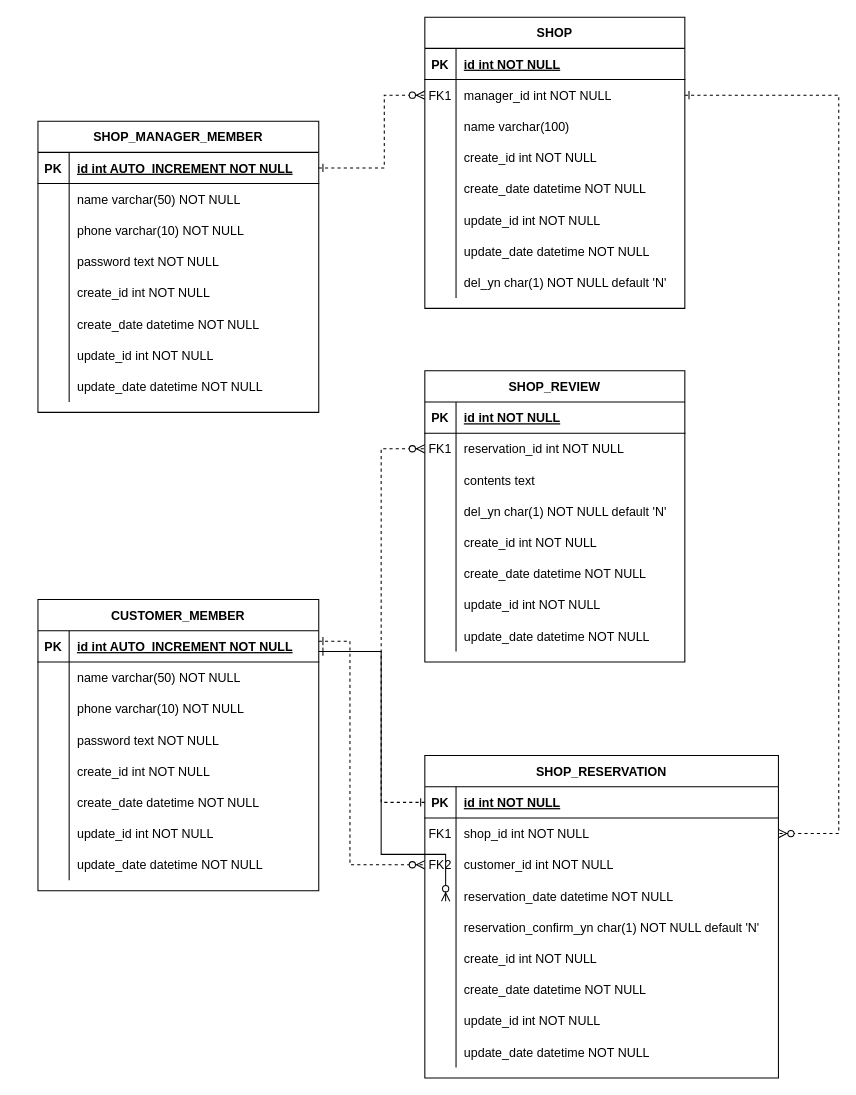
Before: docs/erd/reservation-service-erd.drawio in geun02k/reservation, a draw.io diagram. Source tidied: cells renumbered, new cells numbered last; positions are measured from the earlier drawing's top-left corner, leaving out a move shared by most shapes. Both pictures are drawn from the tidied source at 104%, with x=0, y=0 at pixel (37, 17).
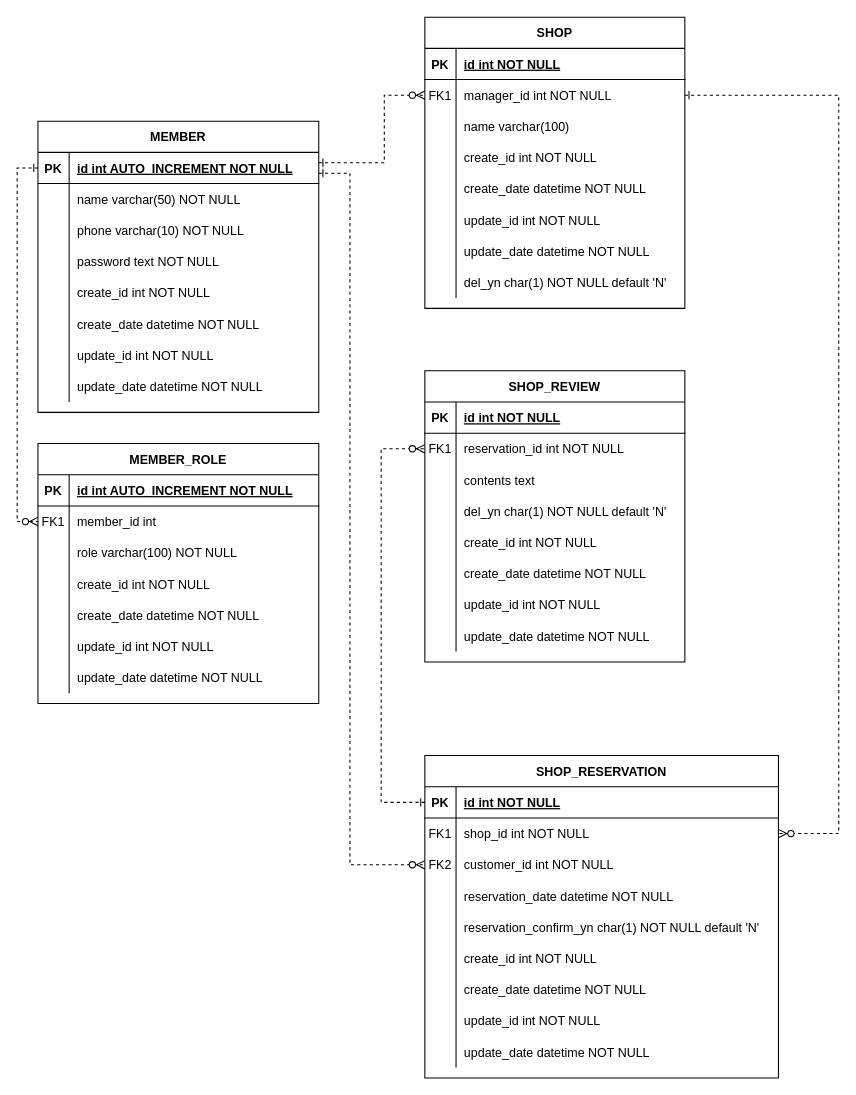
Above is the later version.

Commit message (it also covers changes not shown here):
docs : [002-SIGN-UP-ALL] 회원 테이블 통합에 따른 ERD 수정

The change refers to these unchanged cells:
```xml
<mxCell id="6" style="shape=partialRectangle;fillColor=none;points=[[0,0.5],[1,0.5]];portConstraint=eastwest;top=0;left=0;right=0;bottom=0;" parent="2" vertex="1">
  <mxGeometry y="60" width="250" height="30" as="geometry" />
</mxCell>
<mxCell id="34" style="shape=partialRectangle;fillColor=none;points=[[0,0.5],[1,0.5]];portConstraint=eastwest;top=0;left=0;right=0;bottom=0;" parent="27" vertex="1">
  <mxGeometry y="90" width="340" height="30" as="geometry" />
</mxCell>
<mxCell id="56" style="shape=partialRectangle;fillColor=none;points=[[0,0.5],[1,0.5]];portConstraint=eastwest;top=0;left=0;right=0;bottom=1;" parent="55" vertex="1">
  <mxGeometry y="30" width="270" height="30" as="geometry" />
</mxCell>
```

The edit, as a diff of the source:
```diff
@@
-    <mxCell id="55" value="SHOP_MANAGER_MEMBER" style="shape=table;startSize=30;childLayout=tableLayout;rowLines=0;fontStyle=1;align=center;" parent="1" vertex="1">
+    <mxCell id="55" value="MEMBER" style="shape=table;startSize=30;childLayout=tableLayout;rowLines=0;fontStyle=1;align=center;" parent="1" vertex="1">
       <mxGeometry y="100" width="270" height="280" as="geometry" />
     </mxCell>
@@
-    <mxCell id="80" value="CUSTOMER_MEMBER" style="shape=table;startSize=30;childLayout=tableLayout;rowLines=0;fontStyle=1;align=center;" parent="1" vertex="1">
-      <mxGeometry y="560" width="270" height="280" as="geometry" />
-    </mxCell>
-    <mxCell id="81" style="shape=partialRectangle;fillColor=none;top=0;left=0;right=0;bottom=1;" parent="80" vertex="1">
-      <mxGeometry y="30" width="270" height="30" as="geometry" />
-    </mxCell>
-    <mxCell id="82" value="PK" style="shape=partialRectangle;overflow=hidden;fillColor=none;top=0;left=0;bottom=0;right=0;fontStyle=1;" parent="81" vertex="1">
-      <mxGeometry width="30" height="30" as="geometry" />
-    </mxCell>
-    <mxCell id="83" value="id int AUTO_INCREMENT NOT NULL " style="shape=partialRectangle;overflow=hidden;fillColor=none;top=0;left=0;bottom=0;right=0;align=left;spacingLeft=6;fontStyle=5;" parent="81" vertex="1">
-      <mxGeometry x="30" width="240" height="30" as="geometry" />
-    </mxCell>
-    <mxCell id="84" style="shape=partialRectangle;fillColor=none;points=[[0,0.5],[1,0.5]];portConstraint=eastwest;top=0;left=0;right=0;bottom=0;" parent="80" vertex="1">
-      <mxGeometry y="60" width="270" height="30" as="geometry" />
-    </mxCell>
-    <mxCell id="85" style="shape=partialRectangle;overflow=hidden;fillColor=none;top=0;left=0;bottom=0;right=0;" parent="84" vertex="1">
-      <mxGeometry width="30" height="30" as="geometry" />
-    </mxCell>
-    <mxCell id="86" value="name varchar(50) NOT NULL" style="shape=partialRectangle;overflow=hidden;fillColor=none;top=0;left=0;bottom=0;right=0;align=left;spacingLeft=6;" parent="84" vertex="1">
-      <mxGeometry x="30" width="240" height="30" as="geometry" />
-    </mxCell>
-    <mxCell id="87" style="shape=partialRectangle;fillColor=none;top=0;left=0;right=0;bottom=0;" parent="80" vertex="1">
-      <mxGeometry y="90" width="270" height="30" as="geometry" />
-    </mxCell>
-    <mxCell id="88" style="shape=partialRectangle;overflow=hidden;fillColor=none;top=0;left=0;bottom=0;right=0;" parent="87" vertex="1">
-      <mxGeometry width="30" height="30" as="geometry" />
-    </mxCell>
-    <mxCell id="89" value="phone varchar(10) NOT NULL" style="shape=partialRectangle;overflow=hidden;fillColor=none;top=0;left=0;bottom=0;right=0;align=left;spacingLeft=6;" parent="87" vertex="1">
-      <mxGeometry x="30" width="240" height="30" as="geometry" />
-    </mxCell>
-    <mxCell id="90" style="shape=partialRectangle;fillColor=none;top=0;left=0;right=0;bottom=0;" parent="80" vertex="1">
-      <mxGeometry y="120" width="270" height="30" as="geometry" />
-    </mxCell>
-    <mxCell id="91" style="shape=partialRectangle;overflow=hidden;fillColor=none;top=0;left=0;bottom=0;right=0;" parent="90" vertex="1">
-      <mxGeometry width="30" height="30" as="geometry" />
-    </mxCell>
-    <mxCell id="92" value="password text NOT NULL" style="shape=partialRectangle;overflow=hidden;fillColor=none;top=0;left=0;bottom=0;right=0;align=left;spacingLeft=6;" parent="90" vertex="1">
-      <mxGeometry x="30" width="240" height="30" as="geometry" />
-    </mxCell>
-    <mxCell id="93" style="shape=partialRectangle;fillColor=none;top=0;left=0;right=0;bottom=0;" parent="80" vertex="1">
-      <mxGeometry y="150" width="270" height="30" as="geometry" />
-    </mxCell>
-    <mxCell id="94" style="shape=partialRectangle;overflow=hidden;fillColor=none;top=0;left=0;bottom=0;right=0;" parent="93" vertex="1">
-      <mxGeometry width="30" height="30" as="geometry" />
-    </mxCell>
-    <mxCell id="95" value="create_id int NOT NULL" style="shape=partialRectangle;overflow=hidden;fillColor=none;top=0;left=0;bottom=0;right=0;align=left;spacingLeft=6;" parent="93" vertex="1">
-      <mxGeometry x="30" width="240" height="30" as="geometry" />
-    </mxCell>
-    <mxCell id="96" style="shape=partialRectangle;fillColor=none;top=0;left=0;right=0;bottom=0;" parent="80" vertex="1">
-      <mxGeometry y="180" width="270" height="30" as="geometry" />
-    </mxCell>
-    <mxCell id="97" style="shape=partialRectangle;overflow=hidden;fillColor=none;top=0;left=0;bottom=0;right=0;" parent="96" vertex="1">
-      <mxGeometry width="30" height="30" as="geometry" />
-    </mxCell>
-    <mxCell id="98" value="create_date datetime NOT NULL" style="shape=partialRectangle;overflow=hidden;fillColor=none;top=0;left=0;bottom=0;right=0;align=left;spacingLeft=6;" parent="96" vertex="1">
-      <mxGeometry x="30" width="240" height="30" as="geometry" />
-    </mxCell>
-    <mxCell id="99" style="shape=partialRectangle;fillColor=none;top=0;left=0;right=0;bottom=0;" parent="80" vertex="1">
-      <mxGeometry y="210" width="270" height="30" as="geometry" />
-    </mxCell>
-    <mxCell id="100" style="shape=partialRectangle;overflow=hidden;fillColor=none;top=0;left=0;bottom=0;right=0;" parent="99" vertex="1">
-      <mxGeometry width="30" height="30" as="geometry" />
-    </mxCell>
-    <mxCell id="101" value="update_id int NOT NULL" style="shape=partialRectangle;overflow=hidden;fillColor=none;top=0;left=0;bottom=0;right=0;align=left;spacingLeft=6;" parent="99" vertex="1">
-      <mxGeometry x="30" width="240" height="30" as="geometry" />
-    </mxCell>
-    <mxCell id="102" style="shape=partialRectangle;fillColor=none;top=0;left=0;right=0;bottom=0;" parent="80" vertex="1">
-      <mxGeometry y="240" width="270" height="30" as="geometry" />
-    </mxCell>
-    <mxCell id="103" style="shape=partialRectangle;overflow=hidden;fillColor=none;top=0;left=0;bottom=0;right=0;" parent="102" vertex="1">
-      <mxGeometry width="30" height="30" as="geometry" />
-    </mxCell>
-    <mxCell id="104" value="update_date datetime NOT NULL" style="shape=partialRectangle;overflow=hidden;fillColor=none;top=0;left=0;bottom=0;right=0;align=left;spacingLeft=6;" parent="102" vertex="1">
-      <mxGeometry x="30" width="240" height="30" as="geometry" />
-    </mxCell>
-    <mxCell id="105" style="edgeStyle=orthogonalEdgeStyle;endArrow=ERzeroToMany;startArrow=ERone;endFill=1;startFill=0;rounded=0;exitX=1;exitY=0.5;exitDx=0;exitDy=0;entryX=0;entryY=0.5;entryDx=0;entryDy=0;" parent="1" edge="1">
-      <mxGeometry relative="1" as="geometry">
-        <mxPoint x="270" y="610" as="sourcePoint" />
-        <mxPoint x="392" y="850" as="targetPoint" />
-        <Array as="points">
-          <mxPoint x="330" y="610" />
-          <mxPoint x="330" y="805" />
-        </Array>
-      </mxGeometry>
-    </mxCell>
@@
-    <mxCell id="131" style="edgeStyle=orthogonalEdgeStyle;endArrow=ERzeroToMany;startArrow=ERone;endFill=1;startFill=0;rounded=0;exitX=1;exitY=0.5;exitDx=0;exitDy=0;entryX=0;entryY=0.5;entryDx=0;entryDy=0;dashed=1;" parent="1" edge="1" source="56" target="6">
+    <mxCell id="131" style="edgeStyle=orthogonalEdgeStyle;endArrow=ERzeroToMany;startArrow=ERone;endFill=1;startFill=0;rounded=0;entryX=0;entryY=0.5;entryDx=0;entryDy=0;dashed=1;" parent="1" edge="1" target="6">
       <mxGeometry relative="1" as="geometry">
+        <mxPoint x="270" y="140" as="sourcePoint" />
         <Array as="points">
-          <mxPoint x="333" y="145" />
+          <mxPoint x="270" y="140" />
+          <mxPoint x="333" y="140" />
           <mxPoint x="333" y="75" />
         </Array>
       </mxGeometry>
     </mxCell>
@@
-    <mxCell id="133" style="edgeStyle=orthogonalEdgeStyle;endArrow=ERzeroToMany;startArrow=ERone;endFill=1;startFill=0;rounded=0;exitX=1;exitY=0.5;exitDx=0;exitDy=0;entryX=0;entryY=0.5;entryDx=0;entryDy=0;dashed=1;" parent="1" edge="1" target="34">
+    <mxCell id="133" style="edgeStyle=orthogonalEdgeStyle;endArrow=ERzeroToMany;startArrow=ERone;endFill=1;startFill=0;rounded=0;entryX=0;entryY=0.5;entryDx=0;entryDy=0;dashed=1;" parent="1" edge="1" target="34">
       <mxGeometry relative="1" as="geometry">
-        <mxPoint x="270" y="600" as="sourcePoint" />
+        <mxPoint x="270" y="150" as="sourcePoint" />
         <Array as="points">
-          <mxPoint x="300" y="600" />
+          <mxPoint x="270" y="150" />
+          <mxPoint x="300" y="150" />
           <mxPoint x="300" y="815" />
         </Array>
       </mxGeometry>
     </mxCell>
@@
+    <mxCell id="135" value="MEMBER_ROLE" style="shape=table;startSize=30;childLayout=tableLayout;rowLines=0;fontStyle=1;align=center;" parent="1" vertex="1">
+      <mxGeometry y="410" width="270" height="250" as="geometry" />
+    </mxCell>
+    <mxCell id="81" style="shape=partialRectangle;fillColor=none;top=0;left=0;right=0;bottom=1;" parent="135" vertex="1">
+      <mxGeometry y="30" width="270" height="30" as="geometry" />
+    </mxCell>
+    <mxCell id="82" value="PK" style="shape=partialRectangle;overflow=hidden;fillColor=none;top=0;left=0;bottom=0;right=0;fontStyle=1;" parent="81" vertex="1">
+      <mxGeometry width="30" height="30" as="geometry" />
+    </mxCell>
+    <mxCell id="83" value="id int AUTO_INCREMENT NOT NULL " style="shape=partialRectangle;overflow=hidden;fillColor=none;top=0;left=0;bottom=0;right=0;align=left;spacingLeft=6;fontStyle=5;" parent="81" vertex="1">
+      <mxGeometry x="30" width="240" height="30" as="geometry" />
+    </mxCell>
+    <mxCell id="84" style="shape=partialRectangle;fillColor=none;points=[[0,0.5],[1,0.5]];portConstraint=eastwest;top=0;left=0;right=0;bottom=0;" parent="135" vertex="1">
+      <mxGeometry y="60" width="270" height="30" as="geometry" />
+    </mxCell>
+    <mxCell id="136" value="FK1" style="shape=partialRectangle;overflow=hidden;fillColor=none;top=0;left=0;bottom=0;right=0;" parent="84" vertex="1">
+      <mxGeometry width="30" height="30" as="geometry" />
+    </mxCell>
+    <mxCell id="137" value="member_id int" style="shape=partialRectangle;overflow=hidden;fillColor=none;top=0;left=0;bottom=0;right=0;align=left;spacingLeft=6;" parent="84" vertex="1">
+      <mxGeometry x="30" width="240" height="30" as="geometry" />
+    </mxCell>
+    <mxCell id="87" style="shape=partialRectangle;fillColor=none;top=0;left=0;right=0;bottom=0;" parent="135" vertex="1">
+      <mxGeometry y="90" width="270" height="30" as="geometry" />
+    </mxCell>
+    <mxCell id="138" style="shape=partialRectangle;overflow=hidden;fillColor=none;top=0;left=0;bottom=0;right=0;" parent="87" vertex="1">
+      <mxGeometry width="30" height="30" as="geometry" />
+    </mxCell>
+    <mxCell id="139" value="role varchar(100) NOT NULL" style="shape=partialRectangle;overflow=hidden;fillColor=none;top=0;left=0;bottom=0;right=0;align=left;spacingLeft=6;" parent="87" vertex="1">
+      <mxGeometry x="30" width="240" height="30" as="geometry" />
+    </mxCell>
+    <mxCell id="90" style="shape=partialRectangle;fillColor=none;top=0;left=0;right=0;bottom=0;" parent="135" vertex="1">
+      <mxGeometry y="120" width="270" height="30" as="geometry" />
+    </mxCell>
+    <mxCell id="140" style="shape=partialRectangle;overflow=hidden;fillColor=none;top=0;left=0;bottom=0;right=0;" parent="90" vertex="1">
+      <mxGeometry width="30" height="30" as="geometry" />
+    </mxCell>
+    <mxCell id="95" value="create_id int NOT NULL" style="shape=partialRectangle;overflow=hidden;fillColor=none;top=0;left=0;bottom=0;right=0;align=left;spacingLeft=6;" parent="90" vertex="1">
+      <mxGeometry x="30" width="240" height="30" as="geometry" />
+    </mxCell>
+    <mxCell id="93" style="shape=partialRectangle;fillColor=none;top=0;left=0;right=0;bottom=0;" parent="135" vertex="1">
+      <mxGeometry y="150" width="270" height="30" as="geometry" />
+    </mxCell>
+    <mxCell id="141" style="shape=partialRectangle;overflow=hidden;fillColor=none;top=0;left=0;bottom=0;right=0;" parent="93" vertex="1">
+      <mxGeometry width="30" height="30" as="geometry" />
+    </mxCell>
+    <mxCell id="98" value="create_date datetime NOT NULL" style="shape=partialRectangle;overflow=hidden;fillColor=none;top=0;left=0;bottom=0;right=0;align=left;spacingLeft=6;" parent="93" vertex="1">
+      <mxGeometry x="30" width="240" height="30" as="geometry" />
+    </mxCell>
+    <mxCell id="96" style="shape=partialRectangle;fillColor=none;top=0;left=0;right=0;bottom=0;" parent="135" vertex="1">
+      <mxGeometry y="180" width="270" height="30" as="geometry" />
+    </mxCell>
+    <mxCell id="142" style="shape=partialRectangle;overflow=hidden;fillColor=none;top=0;left=0;bottom=0;right=0;" parent="96" vertex="1">
+      <mxGeometry width="30" height="30" as="geometry" />
+    </mxCell>
+    <mxCell id="101" value="update_id int NOT NULL" style="shape=partialRectangle;overflow=hidden;fillColor=none;top=0;left=0;bottom=0;right=0;align=left;spacingLeft=6;" parent="96" vertex="1">
+      <mxGeometry x="30" width="240" height="30" as="geometry" />
+    </mxCell>
+    <mxCell id="99" style="shape=partialRectangle;fillColor=none;top=0;left=0;right=0;bottom=0;" parent="135" vertex="1">
+      <mxGeometry y="210" width="270" height="30" as="geometry" />
+    </mxCell>
+    <mxCell id="143" style="shape=partialRectangle;overflow=hidden;fillColor=none;top=0;left=0;bottom=0;right=0;" parent="99" vertex="1">
+      <mxGeometry width="30" height="30" as="geometry" />
+    </mxCell>
+    <mxCell id="104" value="update_date datetime NOT NULL" style="shape=partialRectangle;overflow=hidden;fillColor=none;top=0;left=0;bottom=0;right=0;align=left;spacingLeft=6;" parent="99" vertex="1">
+      <mxGeometry x="30" width="240" height="30" as="geometry" />
+    </mxCell>
+    <mxCell id="144" style="edgeStyle=orthogonalEdgeStyle;endArrow=ERzeroToMany;startArrow=ERone;endFill=1;startFill=0;rounded=0;entryX=0;entryY=0.5;entryDx=0;entryDy=0;dashed=1;exitX=0;exitY=0.5;exitDx=0;exitDy=0;" parent="1" edge="1" source="56" target="84">
+      <mxGeometry relative="1" as="geometry">
+        <Array as="points">
+          <mxPoint x="-20" y="145" />
+          <mxPoint x="-20" y="485" />
+        </Array>
+      </mxGeometry>
+    </mxCell>
```
